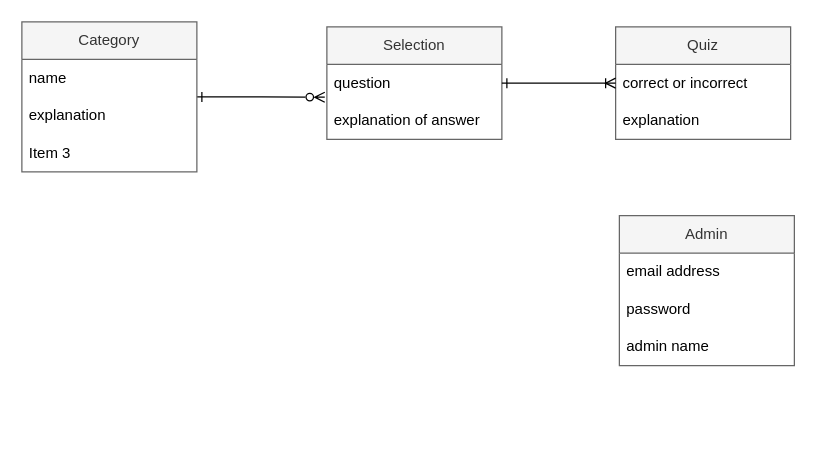
This is er.drawio from Izushi/quiz-app, a draw.io file, before an edit. Source tidied: cells renumbered, new cells numbered last; positions are measured from the earlier drawing's top-left corner, leaving out a move shared by most shapes. Both pictures are drawn from the tidied source at 125%, with x=0, y=0 at pixel (21, 21).
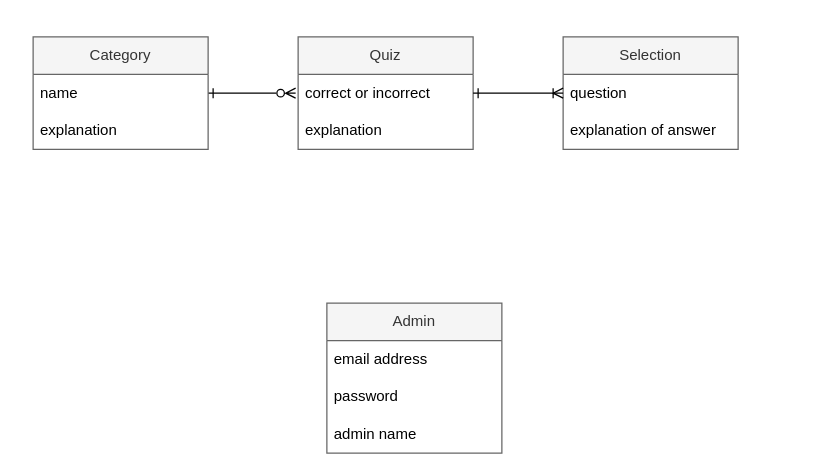
The same page after the edit.

What changed in the source:
```diff
@@
 <mxGraphModel background="#ffffff">
   <root>
     <mxCell id="0" />
     <mxCell id="1" parent="0" />
     <mxCell id="2" value="Quiz" style="swimlane;fontStyle=0;horizontal=1;startSize=30;whiteSpace=wrap;html=1;fillColor=#f5f5f5;fontColor=#333333;strokeColor=#666666;" parent="1" vertex="1">
-      <mxGeometry x="475" y="4" width="140" height="90" as="geometry" />
+      <mxGeometry x="221" y="12" width="140" height="90" as="geometry" />
     </mxCell>
     <mxCell id="3" value="correct or incorrect" style="text;strokeColor=none;fillColor=none;align=left;verticalAlign=middle;spacingLeft=4;spacingRight=4;overflow=hidden;points=[[0,0.5],[1,0.5]];portConstraint=eastwest;whiteSpace=wrap;html=1;fontColor=#000000;" parent="2" vertex="1">
       <mxGeometry y="30" width="140" height="30" as="geometry" />
     </mxCell>
     <mxCell id="4" value="explanation" style="text;strokeColor=none;fillColor=none;align=left;verticalAlign=middle;spacingLeft=4;spacingRight=4;overflow=hidden;whiteSpace=wrap;html=1;fontColor=#000000;" parent="2" vertex="1">
       <mxGeometry y="60" width="140" height="30" as="geometry" />
     </mxCell>
     <mxCell id="5" value="Admin" style="swimlane;fontStyle=0;horizontal=1;startSize=30;whiteSpace=wrap;html=1;fillColor=#f5f5f5;fontColor=#333333;strokeColor=#666666;" parent="1" vertex="1">
-      <mxGeometry x="478" y="155" width="140" height="120" as="geometry" />
+      <mxGeometry x="244" y="225" width="140" height="120" as="geometry" />
     </mxCell>
     <mxCell id="6" value="email address" style="text;strokeColor=none;fillColor=none;align=left;verticalAlign=middle;spacingLeft=4;spacingRight=4;overflow=hidden;whiteSpace=wrap;html=1;fontColor=#000000;" parent="5" vertex="1">
       <mxGeometry y="30" width="140" height="30" as="geometry" />
     </mxCell>
     <mxCell id="7" value="&lt;font color=&quot;#000000&quot;&gt;password&lt;/font&gt;" style="text;strokeColor=none;fillColor=none;align=left;verticalAlign=middle;spacingLeft=4;spacingRight=4;overflow=hidden;whiteSpace=wrap;html=1;" parent="5" vertex="1">
       <mxGeometry y="60" width="140" height="30" as="geometry" />
     </mxCell>
     <mxCell id="8" value="admin name" style="text;strokeColor=none;fillColor=none;align=left;verticalAlign=middle;spacingLeft=4;spacingRight=4;overflow=hidden;whiteSpace=wrap;html=1;fontColor=#000000;" parent="5" vertex="1">
       <mxGeometry y="90" width="140" height="30" as="geometry" />
     </mxCell>
-    <mxCell id="9" style="edgeStyle=orthogonalEdgeStyle;rounded=0;html=1;entryX=-0.012;entryY=-0.125;entryDx=0;entryDy=0;entryPerimeter=0;strokeColor=#000000;fontColor=#000000;startArrow=ERone;startFill=0;endArrow=ERzeroToMany;endFill=0;elbow=vertical;" parent="1" edge="1" source="10" target="16">
-      <mxGeometry relative="1" as="geometry" />
+    <mxCell id="9" style="edgeStyle=orthogonalEdgeStyle;rounded=0;html=1;strokeColor=#000000;fontColor=#000000;startArrow=ERone;startFill=0;endArrow=ERzeroToMany;endFill=0;elbow=vertical;" parent="1" edge="1" source="10">
+      <mxGeometry relative="1" as="geometry">
+        <mxPoint x="219" y="57" as="targetPoint" />
+      </mxGeometry>
     </mxCell>
     <mxCell id="10" value="Category" style="swimlane;fontStyle=0;horizontal=1;startSize=30;whiteSpace=wrap;html=1;fillColor=#f5f5f5;fontColor=#333333;strokeColor=#666666;" parent="1" vertex="1">
-      <mxGeometry width="140" height="120" as="geometry" />
+      <mxGeometry x="9" y="12" width="140" height="90" as="geometry" />
     </mxCell>
     <mxCell id="11" value="name" style="text;strokeColor=none;fillColor=none;align=left;verticalAlign=middle;spacingLeft=4;spacingRight=4;overflow=hidden;whiteSpace=wrap;html=1;fontColor=#000000;" parent="10" vertex="1">
       <mxGeometry y="30" width="140" height="30" as="geometry" />
     </mxCell>
     <mxCell id="12" value="&lt;font color=&quot;#000000&quot;&gt;explanation&lt;/font&gt;" style="text;strokeColor=none;fillColor=none;align=left;verticalAlign=middle;spacingLeft=4;spacingRight=4;overflow=hidden;whiteSpace=wrap;html=1;" parent="10" vertex="1">
       <mxGeometry y="60" width="140" height="30" as="geometry" />
     </mxCell>
-    <mxCell id="13" value="Item 3" style="text;strokeColor=none;fillColor=none;align=left;verticalAlign=middle;spacingLeft=4;spacingRight=4;overflow=hidden;whiteSpace=wrap;html=1;fontColor=#000000;" parent="10" vertex="1">
-      <mxGeometry y="90" width="140" height="30" as="geometry" />
-    </mxCell>
     <mxCell id="14" value="Selection" style="swimlane;fontStyle=0;horizontal=1;startSize=30;whiteSpace=wrap;html=1;fillColor=#f5f5f5;fontColor=#333333;strokeColor=#666666;" parent="1" vertex="1">
-      <mxGeometry x="244" y="4" width="140" height="90" as="geometry" />
+      <mxGeometry x="433" y="12" width="140" height="90" as="geometry" />
     </mxCell>
     <mxCell id="15" value="question" style="text;strokeColor=none;fillColor=none;align=left;verticalAlign=middle;spacingLeft=4;spacingRight=4;overflow=hidden;points=[[0,0.5],[1,0.5]];portConstraint=eastwest;whiteSpace=wrap;html=1;fontColor=#000000;" parent="14" vertex="1">
       <mxGeometry y="30" width="140" height="30" as="geometry" />
     </mxCell>
     <mxCell id="16" value="explanation of answer" style="text;strokeColor=none;fillColor=none;align=left;verticalAlign=middle;spacingLeft=4;spacingRight=4;overflow=hidden;points=[[0,0.5],[1,0.5]];portConstraint=eastwest;whiteSpace=wrap;html=1;fontColor=#000000;" parent="14" vertex="1">
       <mxGeometry y="60" width="140" height="30" as="geometry" />
     </mxCell>
-    <mxCell id="17" style="edgeStyle=orthogonalEdgeStyle;rounded=0;html=1;entryX=0;entryY=0.5;entryDx=0;entryDy=0;strokeColor=#000000;fontColor=#000000;elbow=vertical;endArrow=ERoneToMany;endFill=0;startArrow=ERone;startFill=0;" parent="1" edge="1" source="15" target="3">
+    <mxCell id="17" style="edgeStyle=orthogonalEdgeStyle;rounded=0;html=1;entryX=0;entryY=0.5;entryDx=0;entryDy=0;strokeColor=#000000;fontColor=#000000;elbow=vertical;endArrow=ERoneToMany;endFill=0;startArrow=ERone;startFill=0;exitX=1;exitY=0.5;exitDx=0;exitDy=0;" parent="1" edge="1" source="3" target="15">
       <mxGeometry relative="1" as="geometry" />
     </mxCell>
   </root>
 </mxGraphModel>
```
